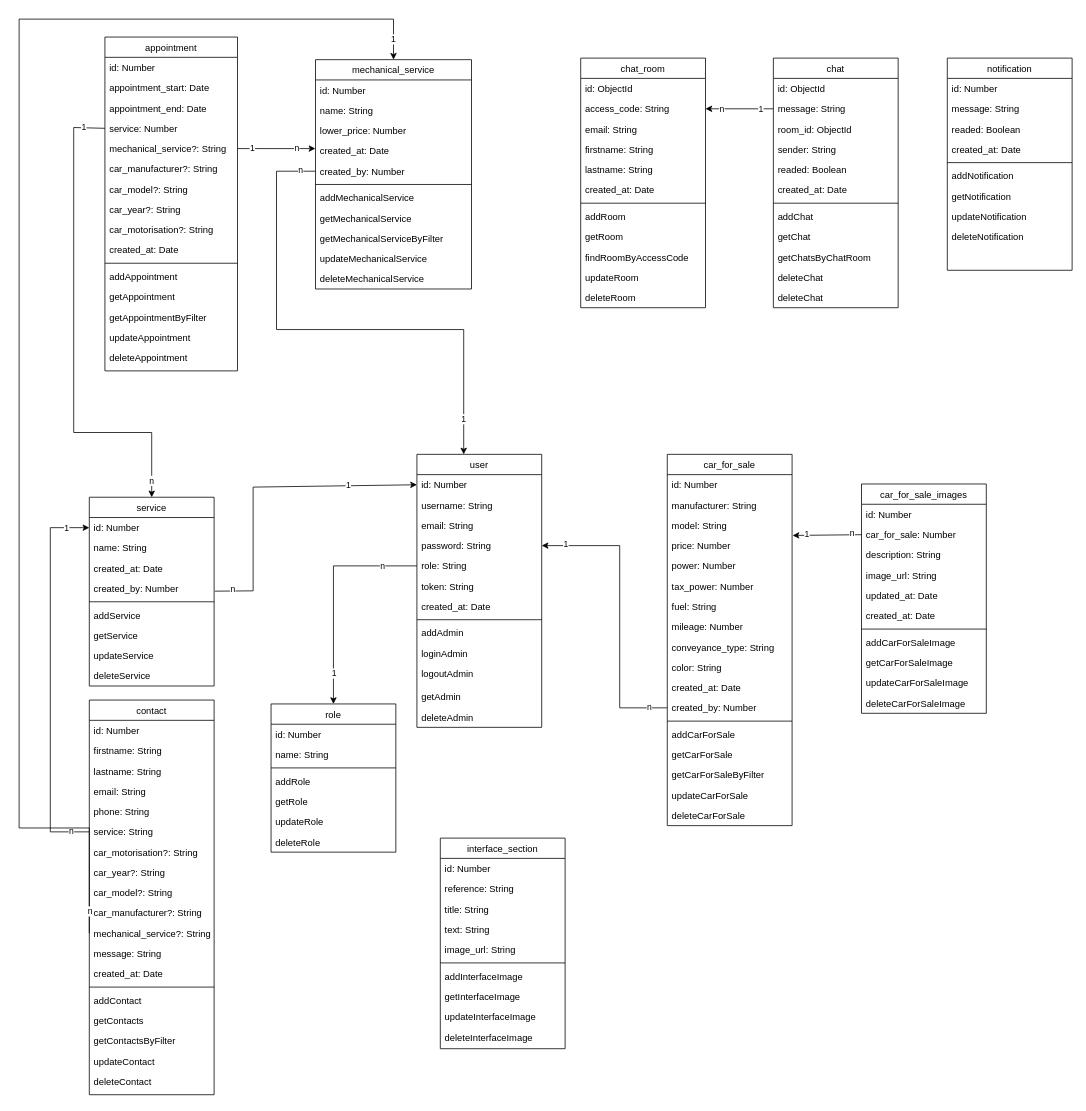
This is documentation/hephaistos-MCD.drawio from nsevendev/hephaistos, a draw.io file, before an edit. Source tidied: cells renumbered, new cells numbered last; positions are measured from the earlier drawing's top-left corner, leaving out a move shared by most shapes. Both pictures are drawn from the tidied source at 78%, with x=0, y=0 at pixel (19, 19).
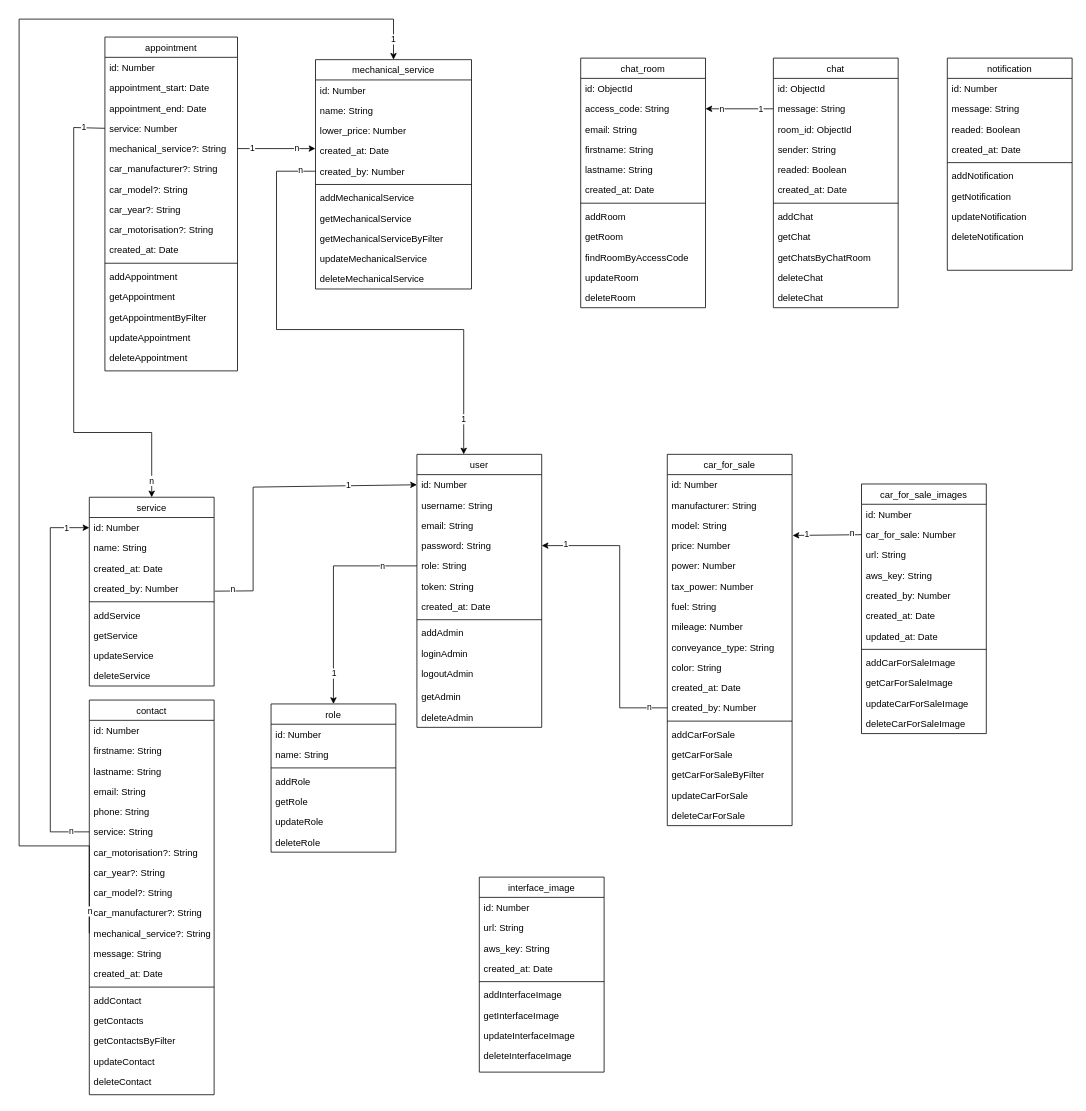
The same diagram, later.

Commit message:
Misse a jour entity car-for-sale-image + création entity interface-image

The change refers to these unchanged cells:
```xml
<mxCell id="2" value="mechanical_service" style="swimlane;fontStyle=0;align=center;verticalAlign=top;horizontal=1;startSize=26;rounded=0;shadow=0;strokeWidth=1;" parent="1" vertex="1">
  <mxGeometry x="380" y="52" width="200" height="294" as="geometry" />
</mxCell>
<mxCell id="87" value="mechanical_service?: String" style="text;align=left;verticalAlign=top;spacingLeft=4;spacingRight=4;overflow=hidden;points=[[0,0.5],[1,0.5]];portConstraint=eastwest;" parent="76" vertex="1">
  <mxGeometry y="286" width="160" height="26" as="geometry" />
</mxCell>
```

The edit, as a diff of the source:
```diff
@@
     <mxCell id="137" value="car_for_sale_images" style="swimlane;fontStyle=0;align=center;verticalAlign=top;horizontal=1;startSize=26;rounded=0;shadow=0;strokeWidth=1;" parent="1" vertex="1">
-      <mxGeometry x="1080" y="596" width="160" height="294" as="geometry" />
+      <mxGeometry x="1080" y="596" width="160" height="320" as="geometry" />
     </mxCell>
@@
-    <mxCell id="140" value="description: String" style="text;align=left;verticalAlign=top;spacingLeft=4;spacingRight=4;overflow=hidden;" parent="137" vertex="1">
+    <mxCell id="140" value="url: String" style="text;align=left;verticalAlign=top;spacingLeft=4;spacingRight=4;overflow=hidden;" parent="137" vertex="1">
       <mxGeometry y="78" width="160" height="26" as="geometry" />
     </mxCell>
-    <mxCell id="141" value="image_url: String" style="text;align=left;verticalAlign=top;spacingLeft=4;spacingRight=4;overflow=hidden;" parent="137" vertex="1">
+    <mxCell id="141" value="aws_key: String" style="text;align=left;verticalAlign=top;spacingLeft=4;spacingRight=4;overflow=hidden;" parent="137" vertex="1">
       <mxGeometry y="104" width="160" height="26" as="geometry" />
     </mxCell>
+    <mxCell id="191" value="created_by: Number" style="text;align=left;verticalAlign=top;spacingLeft=4;spacingRight=4;overflow=hidden;" parent="137" vertex="1">
+      <mxGeometry y="130" width="160" height="26" as="geometry" />
+    </mxCell>
+    <mxCell id="143" value="created_at: Date" style="text;align=left;verticalAlign=top;spacingLeft=4;spacingRight=4;overflow=hidden;" parent="137" vertex="1">
+      <mxGeometry y="156" width="160" height="26" as="geometry" />
+    </mxCell>
     <mxCell id="142" value="updated_at: Date" style="text;align=left;verticalAlign=top;spacingLeft=4;spacingRight=4;overflow=hidden;" parent="137" vertex="1">
-      <mxGeometry y="130" width="160" height="26" as="geometry" />
+      <mxGeometry y="182" width="160" height="26" as="geometry" />
     </mxCell>
-    <mxCell id="143" value="created_at: Date" style="text;align=left;verticalAlign=top;spacingLeft=4;spacingRight=4;overflow=hidden;" parent="137" vertex="1">
-      <mxGeometry y="156" width="160" height="26" as="geometry" />
-    </mxCell>
     <mxCell id="144" style="line;html=1;strokeWidth=1;align=left;verticalAlign=middle;spacingTop=-1;spacingLeft=3;spacingRight=3;labelPosition=right;" parent="137" vertex="1">
-      <mxGeometry y="182" width="160" height="8" as="geometry" />
+      <mxGeometry y="208" width="160" height="8" as="geometry" />
     </mxCell>
     <mxCell id="145" value="addCarForSaleImage" style="text;align=left;verticalAlign=top;spacingLeft=4;spacingRight=4;overflow=hidden;" parent="137" vertex="1">
-      <mxGeometry y="190" width="160" height="26" as="geometry" />
+      <mxGeometry y="216" width="160" height="26" as="geometry" />
     </mxCell>
     <mxCell id="146" value="getCarForSaleImage" style="text;align=left;verticalAlign=top;spacingLeft=4;spacingRight=4;overflow=hidden;" parent="137" vertex="1">
-      <mxGeometry y="216" width="160" height="26" as="geometry" />
+      <mxGeometry y="242" width="160" height="26" as="geometry" />
     </mxCell>
     <mxCell id="147" value="updateCarForSaleImage" style="text;align=left;verticalAlign=top;spacingLeft=4;spacingRight=4;overflow=hidden;" parent="137" vertex="1">
-      <mxGeometry y="242" width="160" height="26" as="geometry" />
+      <mxGeometry y="268" width="160" height="26" as="geometry" />
     </mxCell>
     <mxCell id="148" value="deleteCarForSaleImage" style="text;align=left;verticalAlign=top;spacingLeft=4;spacingRight=4;overflow=hidden;" parent="137" vertex="1">
-      <mxGeometry y="268" width="160" height="26" as="geometry" />
+      <mxGeometry y="294" width="160" height="26" as="geometry" />
     </mxCell>
@@
     <mxCell id="177" style="edgeStyle=orthogonalEdgeStyle;rounded=0;jettySize=auto;html=1;exitX=0;exitY=0.5;exitDx=0;exitDy=0;entryX=0.5;entryY=0;entryDx=0;entryDy=0;" parent="1" edge="1" source="87" target="2">
       <mxGeometry relative="1" as="geometry">
         <Array as="points">
-          <mxPoint y="1037" />
+          <mxPoint x="90" y="1060" />
+          <mxPoint y="1060" />
           <mxPoint />
           <mxPoint x="480" />
         </Array>
       </mxGeometry>
     </mxCell>
@@
-    <mxCell id="180" value="interface_section" style="swimlane;fontStyle=0;align=center;verticalAlign=top;horizontal=1;startSize=26;rounded=0;shadow=0;strokeWidth=1;" parent="1" vertex="1">
-      <mxGeometry x="540" y="1050" width="160" height="270" as="geometry" />
+    <mxCell id="180" value="interface_image" style="swimlane;fontStyle=0;align=center;verticalAlign=top;horizontal=1;startSize=26;rounded=0;shadow=0;strokeWidth=1;" parent="1" vertex="1">
+      <mxGeometry x="590" y="1100" width="160" height="250" as="geometry" />
     </mxCell>
@@
-    <mxCell id="182" value="reference: String" style="text;align=left;verticalAlign=top;spacingLeft=4;spacingRight=4;overflow=hidden;" parent="180" vertex="1">
+    <mxCell id="182" value="url: String" style="text;align=left;verticalAlign=top;spacingLeft=4;spacingRight=4;overflow=hidden;" parent="180" vertex="1">
       <mxGeometry y="52" width="160" height="26" as="geometry" />
     </mxCell>
-    <mxCell id="183" value="title: String" style="text;align=left;verticalAlign=top;spacingLeft=4;spacingRight=4;overflow=hidden;" parent="180" vertex="1">
+    <mxCell id="183" value="aws_key: String" style="text;align=left;verticalAlign=top;spacingLeft=4;spacingRight=4;overflow=hidden;" parent="180" vertex="1">
       <mxGeometry y="78" width="160" height="26" as="geometry" />
     </mxCell>
-    <mxCell id="184" value="text: String" style="text;align=left;verticalAlign=top;spacingLeft=4;spacingRight=4;overflow=hidden;" parent="180" vertex="1">
-      <mxGeometry y="104" width="160" height="26" as="geometry" />
-    </mxCell>
-    <mxCell id="185" value="image_url: String" style="text;align=left;verticalAlign=top;spacingLeft=4;spacingRight=4;overflow=hidden;" parent="180" vertex="1">
-      <mxGeometry y="130" width="160" height="26" as="geometry" />
-    </mxCell>
+    <mxCell id="192" value="created_at: Date" style="text;align=left;verticalAlign=top;spacingLeft=4;spacingRight=4;overflow=hidden;" parent="180" vertex="1">
+      <mxGeometry y="104" width="160" height="26" as="geometry" />
+    </mxCell>
     <mxCell id="186" style="line;html=1;strokeWidth=1;align=left;verticalAlign=middle;spacingTop=-1;spacingLeft=3;spacingRight=3;labelPosition=right;" parent="180" vertex="1">
-      <mxGeometry y="156" width="160" height="8" as="geometry" />
+      <mxGeometry y="130" width="160" height="8" as="geometry" />
     </mxCell>
     <mxCell id="187" value="addInterfaceImage" style="text;align=left;verticalAlign=top;spacingLeft=4;spacingRight=4;overflow=hidden;" parent="180" vertex="1">
-      <mxGeometry y="164" width="160" height="26" as="geometry" />
+      <mxGeometry y="138" width="160" height="26" as="geometry" />
     </mxCell>
     <mxCell id="188" value="getInterfaceImage" style="text;align=left;verticalAlign=top;spacingLeft=4;spacingRight=4;overflow=hidden;" parent="180" vertex="1">
-      <mxGeometry y="190" width="160" height="26" as="geometry" />
+      <mxGeometry y="164" width="160" height="26" as="geometry" />
     </mxCell>
     <mxCell id="189" value="updateInterfaceImage" style="text;align=left;verticalAlign=top;spacingLeft=4;spacingRight=4;overflow=hidden;" parent="180" vertex="1">
-      <mxGeometry y="216" width="160" height="26" as="geometry" />
+      <mxGeometry y="190" width="160" height="26" as="geometry" />
     </mxCell>
     <mxCell id="190" value="deleteInterfaceImage" style="text;align=left;verticalAlign=top;spacingLeft=4;spacingRight=4;overflow=hidden;" parent="180" vertex="1">
-      <mxGeometry y="242" width="160" height="26" as="geometry" />
+      <mxGeometry y="216" width="160" height="26" as="geometry" />
     </mxCell>
```
